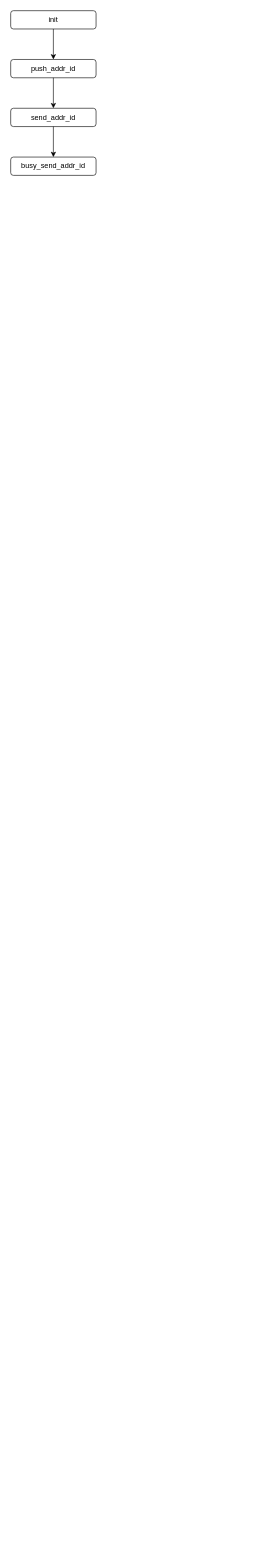
Earlier version of the draw.io diagram docs/diagrams_sources/adxl345_driver_fsm_diagram.drawio (vanill4Sky/fpga-racing-game). Source tidied: cells renumbered, new cells numbered last; positions are measured from the earlier drawing's top-left corner, leaving out a move shared by most shapes. Both pictures are drawn from the tidied source at 61%, with x=0, y=0 at pixel (10, 10).
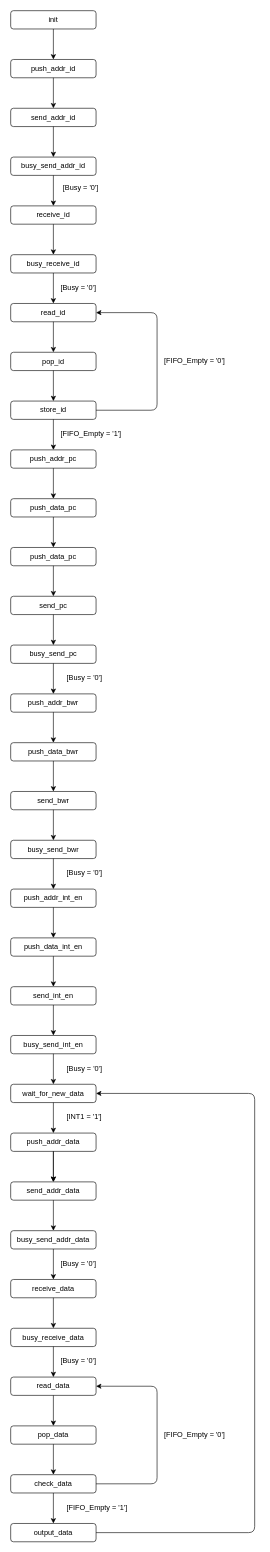
After the change.

Commit message (it also covers changes not shown here):
Add adxl345 driver fsm diagram

The change refers to these unchanged cells:
```xml
<mxCell id="7" value="busy_send_addr_id" style="rounded=1;whiteSpace=wrap;html=1;fontSize=12;glass=0;strokeWidth=1;shadow=0;" parent="1" vertex="1">
  <mxGeometry y="240" width="140" height="30" as="geometry" />
</mxCell>
```

Diff of the diagram source:
```diff
@@
+    <mxCell id="9" value="receive_id" style="rounded=1;whiteSpace=wrap;html=1;fontSize=12;glass=0;strokeWidth=1;shadow=0;" parent="1" vertex="1">
+      <mxGeometry y="320" width="140" height="30" as="geometry" />
+    </mxCell>
+    <mxCell id="10" style="endArrow=classic;html=1;exitX=0.5;exitY=1;exitDx=0;exitDy=0;entryX=0.5;entryY=0;entryDx=0;entryDy=0;" parent="1" edge="1" source="7" target="9">
+      <mxGeometry relative="1" as="geometry" />
+    </mxCell>
+    <mxCell id="11" value="[Busy = '0']" style="text;html=1;strokeColor=none;fillColor=none;align=center;verticalAlign=middle;whiteSpace=wrap;rounded=0;" parent="1" vertex="1">
+      <mxGeometry x="70" y="280" width="90" height="20" as="geometry" />
+    </mxCell>
+    <mxCell id="12" value="busy_receive_id" style="rounded=1;whiteSpace=wrap;html=1;fontSize=12;glass=0;strokeWidth=1;shadow=0;" parent="1" vertex="1">
+      <mxGeometry y="400" width="140" height="30" as="geometry" />
+    </mxCell>
+    <mxCell id="13" style="endArrow=classic;html=1;exitX=0.5;exitY=1;exitDx=0;exitDy=0;entryX=0.5;entryY=0;entryDx=0;entryDy=0;" parent="1" edge="1" source="9" target="12">
+      <mxGeometry relative="1" as="geometry" />
+    </mxCell>
+    <mxCell id="14" value="read_id" style="rounded=1;whiteSpace=wrap;html=1;fontSize=12;glass=0;strokeWidth=1;shadow=0;" parent="1" vertex="1">
+      <mxGeometry y="480" width="140" height="30" as="geometry" />
+    </mxCell>
+    <mxCell id="15" style="endArrow=classic;html=1;exitX=0.5;exitY=1;exitDx=0;exitDy=0;entryX=0.5;entryY=0;entryDx=0;entryDy=0;" parent="1" edge="1" source="12" target="14">
+      <mxGeometry relative="1" as="geometry" />
+    </mxCell>
+    <mxCell id="16" value="[Busy = '0']" style="text;whiteSpace=wrap;html=1;" parent="1" vertex="1">
+      <mxGeometry x="80" y="440" width="90" height="30" as="geometry" />
+    </mxCell>
+    <mxCell id="17" value="pop_id" style="rounded=1;whiteSpace=wrap;html=1;fontSize=12;glass=0;strokeWidth=1;shadow=0;" parent="1" vertex="1">
+      <mxGeometry y="560" width="140" height="30" as="geometry" />
+    </mxCell>
+    <mxCell id="18" style="endArrow=classic;html=1;exitX=0.5;exitY=1;exitDx=0;exitDy=0;entryX=0.5;entryY=0;entryDx=0;entryDy=0;" parent="1" edge="1" source="14" target="17">
+      <mxGeometry relative="1" as="geometry" />
+    </mxCell>
+    <mxCell id="19" value="store_id" style="rounded=1;whiteSpace=wrap;html=1;fontSize=12;glass=0;strokeWidth=1;shadow=0;" parent="1" vertex="1">
+      <mxGeometry y="640" width="140" height="30" as="geometry" />
+    </mxCell>
+    <mxCell id="20" style="endArrow=classic;html=1;exitX=0.5;exitY=1;exitDx=0;exitDy=0;entryX=0.5;entryY=0;entryDx=0;entryDy=0;" parent="1" edge="1" source="17" target="19">
+      <mxGeometry relative="1" as="geometry" />
+    </mxCell>
+    <mxCell id="21" value="push_addr_pc" style="rounded=1;whiteSpace=wrap;html=1;fontSize=12;glass=0;strokeWidth=1;shadow=0;" parent="1" vertex="1">
+      <mxGeometry y="720" width="140" height="30" as="geometry" />
+    </mxCell>
+    <mxCell id="22" style="endArrow=classic;html=1;exitX=0.5;exitY=1;exitDx=0;exitDy=0;entryX=0.5;entryY=0;entryDx=0;entryDy=0;" parent="1" edge="1" source="19" target="21">
+      <mxGeometry relative="1" as="geometry" />
+    </mxCell>
+    <mxCell id="23" value="[FIFO_Empty = '1']" style="text;whiteSpace=wrap;html=1;" parent="1" vertex="1">
+      <mxGeometry x="80" y="680" width="120" height="30" as="geometry" />
+    </mxCell>
+    <mxCell id="24" style="endArrow=classic;html=1;exitX=1;exitY=0.5;exitDx=0;exitDy=0;entryX=1;entryY=0.5;entryDx=0;entryDy=0;" parent="1" edge="1" source="19" target="14">
+      <mxGeometry relative="1" as="geometry">
+        <Array as="points">
+          <mxPoint x="240" y="655" />
+          <mxPoint x="240" y="495" />
+        </Array>
+      </mxGeometry>
+    </mxCell>
+    <mxCell id="25" value="[FIFO_Empty = '0']" style="text;whiteSpace=wrap;html=1;" parent="1" vertex="1">
+      <mxGeometry x="250" y="560" width="120" height="30" as="geometry" />
+    </mxCell>
+    <mxCell id="26" value="push_data_pc" style="rounded=1;whiteSpace=wrap;html=1;fontSize=12;glass=0;strokeWidth=1;shadow=0;" parent="1" vertex="1">
+      <mxGeometry y="800" width="140" height="30" as="geometry" />
+    </mxCell>
+    <mxCell id="27" style="endArrow=classic;html=1;exitX=0.5;exitY=1;exitDx=0;exitDy=0;entryX=0.5;entryY=0;entryDx=0;entryDy=0;" parent="1" edge="1" source="21" target="26">
+      <mxGeometry relative="1" as="geometry" />
+    </mxCell>
+    <mxCell id="28" value="push_data_pc" style="rounded=1;whiteSpace=wrap;html=1;fontSize=12;glass=0;strokeWidth=1;shadow=0;" parent="1" vertex="1">
+      <mxGeometry y="880" width="140" height="30" as="geometry" />
+    </mxCell>
+    <mxCell id="29" style="endArrow=classic;html=1;exitX=0.5;exitY=1;exitDx=0;exitDy=0;entryX=0.5;entryY=0;entryDx=0;entryDy=0;" parent="1" edge="1" source="26" target="28">
+      <mxGeometry relative="1" as="geometry" />
+    </mxCell>
+    <mxCell id="30" value="send_pc" style="rounded=1;whiteSpace=wrap;html=1;fontSize=12;glass=0;strokeWidth=1;shadow=0;" parent="1" vertex="1">
+      <mxGeometry y="960" width="140" height="30" as="geometry" />
+    </mxCell>
+    <mxCell id="31" value="busy_send_pc" style="rounded=1;whiteSpace=wrap;html=1;fontSize=12;glass=0;strokeWidth=1;shadow=0;" parent="1" vertex="1">
+      <mxGeometry y="1040" width="140" height="30" as="geometry" />
+    </mxCell>
+    <mxCell id="32" style="endArrow=classic;html=1;exitX=0.5;exitY=1;exitDx=0;exitDy=0;entryX=0.5;entryY=0;entryDx=0;entryDy=0;" parent="1" edge="1" source="28" target="30">
+      <mxGeometry relative="1" as="geometry" />
+    </mxCell>
+    <mxCell id="33" style="endArrow=classic;html=1;exitX=0.5;exitY=1;exitDx=0;exitDy=0;entryX=0.5;entryY=0;entryDx=0;entryDy=0;" parent="1" edge="1" source="30" target="31">
+      <mxGeometry relative="1" as="geometry" />
+    </mxCell>
+    <mxCell id="34" value="[Busy = '0']" style="text;whiteSpace=wrap;html=1;" parent="1" vertex="1">
+      <mxGeometry x="90" y="1080" width="120" height="30" as="geometry" />
+    </mxCell>
+    <mxCell id="35" value="push_addr_bwr" style="rounded=1;whiteSpace=wrap;html=1;fontSize=12;glass=0;strokeWidth=1;shadow=0;" parent="1" vertex="1">
+      <mxGeometry y="1120" width="140" height="30" as="geometry" />
+    </mxCell>
+    <mxCell id="36" style="endArrow=classic;html=1;exitX=0.5;exitY=1;exitDx=0;exitDy=0;entryX=0.5;entryY=0;entryDx=0;entryDy=0;" parent="1" edge="1" source="31" target="35">
+      <mxGeometry relative="1" as="geometry" />
+    </mxCell>
+    <mxCell id="37" value="push_data_bwr" style="rounded=1;whiteSpace=wrap;html=1;fontSize=12;glass=0;strokeWidth=1;shadow=0;" parent="1" vertex="1">
+      <mxGeometry y="1200" width="140" height="30" as="geometry" />
+    </mxCell>
+    <mxCell id="38" style="endArrow=classic;html=1;entryX=0.5;entryY=0;entryDx=0;entryDy=0;exitX=0.5;exitY=1;exitDx=0;exitDy=0;" parent="1" edge="1" source="35" target="37">
+      <mxGeometry relative="1" as="geometry" />
+    </mxCell>
+    <mxCell id="39" value="send_bwr" style="rounded=1;whiteSpace=wrap;html=1;fontSize=12;glass=0;strokeWidth=1;shadow=0;" parent="1" vertex="1">
+      <mxGeometry y="1280" width="140" height="30" as="geometry" />
+    </mxCell>
+    <mxCell id="40" value="busy_send_bwr" style="rounded=1;whiteSpace=wrap;html=1;fontSize=12;glass=0;strokeWidth=1;shadow=0;" parent="1" vertex="1">
+      <mxGeometry y="1360" width="140" height="30" as="geometry" />
+    </mxCell>
+    <mxCell id="41" style="endArrow=classic;html=1;exitX=0.5;exitY=1;exitDx=0;exitDy=0;entryX=0.5;entryY=0;entryDx=0;entryDy=0;" parent="1" edge="1" source="37" target="39">
+      <mxGeometry relative="1" as="geometry" />
+    </mxCell>
+    <mxCell id="42" style="endArrow=classic;html=1;exitX=0.5;exitY=1;exitDx=0;exitDy=0;entryX=0.5;entryY=0;entryDx=0;entryDy=0;" parent="1" edge="1" source="39" target="40">
+      <mxGeometry relative="1" as="geometry" />
+    </mxCell>
+    <mxCell id="43" value="[Busy = '0']" style="text;whiteSpace=wrap;html=1;" parent="1" vertex="1">
+      <mxGeometry x="90" y="1400" width="120" height="30" as="geometry" />
+    </mxCell>
+    <mxCell id="44" value="push_addr_int_en" style="rounded=1;whiteSpace=wrap;html=1;fontSize=12;glass=0;strokeWidth=1;shadow=0;" parent="1" vertex="1">
+      <mxGeometry y="1440" width="140" height="30" as="geometry" />
+    </mxCell>
+    <mxCell id="45" style="endArrow=classic;html=1;exitX=0.5;exitY=1;exitDx=0;exitDy=0;entryX=0.5;entryY=0;entryDx=0;entryDy=0;" parent="1" edge="1" source="40" target="44">
+      <mxGeometry relative="1" as="geometry" />
+    </mxCell>
+    <mxCell id="46" value="push_data_int_en" style="rounded=1;whiteSpace=wrap;html=1;fontSize=12;glass=0;strokeWidth=1;shadow=0;" parent="1" vertex="1">
+      <mxGeometry y="1520" width="140" height="30" as="geometry" />
+    </mxCell>
+    <mxCell id="47" style="endArrow=classic;html=1;entryX=0.5;entryY=0;entryDx=0;entryDy=0;exitX=0.5;exitY=1;exitDx=0;exitDy=0;" parent="1" edge="1" source="44" target="46">
+      <mxGeometry relative="1" as="geometry" />
+    </mxCell>
+    <mxCell id="48" value="send_int_en" style="rounded=1;whiteSpace=wrap;html=1;fontSize=12;glass=0;strokeWidth=1;shadow=0;" parent="1" vertex="1">
+      <mxGeometry y="1600" width="140" height="30" as="geometry" />
+    </mxCell>
+    <mxCell id="49" value="busy_send_int_en" style="rounded=1;whiteSpace=wrap;html=1;fontSize=12;glass=0;strokeWidth=1;shadow=0;" parent="1" vertex="1">
+      <mxGeometry y="1680" width="140" height="30" as="geometry" />
+    </mxCell>
+    <mxCell id="50" style="endArrow=classic;html=1;exitX=0.5;exitY=1;exitDx=0;exitDy=0;entryX=0.5;entryY=0;entryDx=0;entryDy=0;" parent="1" edge="1" source="46" target="48">
+      <mxGeometry relative="1" as="geometry" />
+    </mxCell>
+    <mxCell id="51" style="endArrow=classic;html=1;exitX=0.5;exitY=1;exitDx=0;exitDy=0;entryX=0.5;entryY=0;entryDx=0;entryDy=0;" parent="1" edge="1" source="48" target="49">
+      <mxGeometry relative="1" as="geometry" />
+    </mxCell>
+    <mxCell id="52" value="[Busy = '0']" style="text;whiteSpace=wrap;html=1;" parent="1" vertex="1">
+      <mxGeometry x="90" y="1720" width="120" height="30" as="geometry" />
+    </mxCell>
+    <mxCell id="53" value="wait_for_new_data" style="rounded=1;whiteSpace=wrap;html=1;fontSize=12;glass=0;strokeWidth=1;shadow=0;" parent="1" vertex="1">
+      <mxGeometry y="1760" width="140" height="30" as="geometry" />
+    </mxCell>
+    <mxCell id="54" style="endArrow=classic;html=1;exitX=0.5;exitY=1;exitDx=0;exitDy=0;entryX=0.5;entryY=0;entryDx=0;entryDy=0;" parent="1" edge="1" source="49" target="53">
+      <mxGeometry relative="1" as="geometry" />
+    </mxCell>
+    <mxCell id="55" value="push_addr_data" style="rounded=1;whiteSpace=wrap;html=1;fontSize=12;glass=0;strokeWidth=1;shadow=0;" parent="1" vertex="1">
+      <mxGeometry y="1840" width="140" height="30" as="geometry" />
+    </mxCell>
+    <mxCell id="56" style="endArrow=classic;html=1;exitX=0.5;exitY=1;exitDx=0;exitDy=0;entryX=0.5;entryY=0;entryDx=0;entryDy=0;" parent="1" edge="1" source="53" target="55">
+      <mxGeometry relative="1" as="geometry" />
+    </mxCell>
+    <mxCell id="57" value="[INT1 = '1']" style="text;whiteSpace=wrap;html=1;" parent="1" vertex="1">
+      <mxGeometry x="90" y="1800" width="120" height="30" as="geometry" />
+    </mxCell>
+    <mxCell id="58" value="send_addr_data" style="rounded=1;whiteSpace=wrap;html=1;fontSize=12;glass=0;strokeWidth=1;shadow=0;" parent="1" vertex="1">
+      <mxGeometry y="1920" width="140" height="30" as="geometry" />
+    </mxCell>
+    <mxCell id="59" style="endArrow=classic;html=1;exitX=0.5;exitY=1;exitDx=0;exitDy=0;entryX=0.5;entryY=0;entryDx=0;entryDy=0;" parent="1" edge="1" source="55" target="58">
+      <mxGeometry relative="1" as="geometry" />
+    </mxCell>
+    <mxCell id="60" value="busy_send_addr_data" style="rounded=1;whiteSpace=wrap;html=1;fontSize=12;glass=0;strokeWidth=1;shadow=0;" parent="1" vertex="1">
+      <mxGeometry y="2000" width="140" height="30" as="geometry" />
+    </mxCell>
+    <mxCell id="61" style="endArrow=classic;html=1;exitX=0.5;exitY=1;exitDx=0;exitDy=0;entryX=0.5;entryY=0;entryDx=0;entryDy=0;" parent="1" edge="1">
+      <mxGeometry relative="1" as="geometry">
+        <mxPoint x="70" y="1870" as="sourcePoint" />
+        <mxPoint x="70" y="1920" as="targetPoint" />
+      </mxGeometry>
+    </mxCell>
+    <mxCell id="62" style="endArrow=classic;html=1;exitX=0.5;exitY=1;exitDx=0;exitDy=0;entryX=0.5;entryY=0;entryDx=0;entryDy=0;" parent="1" edge="1" source="58" target="60">
+      <mxGeometry relative="1" as="geometry" />
+    </mxCell>
+    <mxCell id="63" value="receive_data" style="rounded=1;whiteSpace=wrap;html=1;fontSize=12;glass=0;strokeWidth=1;shadow=0;" parent="1" vertex="1">
+      <mxGeometry y="2080" width="140" height="30" as="geometry" />
+    </mxCell>
+    <mxCell id="64" style="endArrow=classic;html=1;exitX=0.5;exitY=1;exitDx=0;exitDy=0;entryX=0.5;entryY=0;entryDx=0;entryDy=0;" parent="1" edge="1" source="60" target="63">
+      <mxGeometry relative="1" as="geometry" />
+    </mxCell>
+    <mxCell id="65" value="[Busy = '0']" style="text;whiteSpace=wrap;html=1;" parent="1" vertex="1">
+      <mxGeometry x="80" y="2040" width="120" height="30" as="geometry" />
+    </mxCell>
+    <mxCell id="66" value="busy_receive_data" style="rounded=1;whiteSpace=wrap;html=1;fontSize=12;glass=0;strokeWidth=1;shadow=0;" parent="1" vertex="1">
+      <mxGeometry y="2160" width="140" height="30" as="geometry" />
+    </mxCell>
+    <mxCell id="67" style="endArrow=classic;html=1;exitX=0.5;exitY=1;exitDx=0;exitDy=0;entryX=0.5;entryY=0;entryDx=0;entryDy=0;" parent="1" edge="1" source="63" target="66">
+      <mxGeometry relative="1" as="geometry" />
+    </mxCell>
+    <mxCell id="68" value="read_data" style="rounded=1;whiteSpace=wrap;html=1;fontSize=12;glass=0;strokeWidth=1;shadow=0;" parent="1" vertex="1">
+      <mxGeometry y="2240" width="140" height="30" as="geometry" />
+    </mxCell>
+    <mxCell id="69" style="endArrow=classic;html=1;exitX=0.5;exitY=1;exitDx=0;exitDy=0;entryX=0.5;entryY=0;entryDx=0;entryDy=0;" parent="1" edge="1" source="66" target="68">
+      <mxGeometry relative="1" as="geometry" />
+    </mxCell>
+    <mxCell id="70" value="[Busy = '0']" style="text;whiteSpace=wrap;html=1;" parent="1" vertex="1">
+      <mxGeometry x="80" y="2200" width="120" height="30" as="geometry" />
+    </mxCell>
+    <mxCell id="71" value="pop_data" style="rounded=1;whiteSpace=wrap;html=1;fontSize=12;glass=0;strokeWidth=1;shadow=0;" parent="1" vertex="1">
+      <mxGeometry y="2320" width="140" height="30" as="geometry" />
+    </mxCell>
+    <mxCell id="72" style="endArrow=classic;html=1;exitX=0.5;exitY=1;exitDx=0;exitDy=0;entryX=0.5;entryY=0;entryDx=0;entryDy=0;" parent="1" edge="1" source="68" target="71">
+      <mxGeometry relative="1" as="geometry" />
+    </mxCell>
+    <mxCell id="73" value="check_data" style="rounded=1;whiteSpace=wrap;html=1;fontSize=12;glass=0;strokeWidth=1;shadow=0;" parent="1" vertex="1">
+      <mxGeometry y="2400" width="140" height="30" as="geometry" />
+    </mxCell>
+    <mxCell id="74" style="endArrow=classic;html=1;exitX=0.5;exitY=1;exitDx=0;exitDy=0;entryX=0.5;entryY=0;entryDx=0;entryDy=0;" parent="1" edge="1" source="71" target="73">
+      <mxGeometry relative="1" as="geometry" />
+    </mxCell>
+    <mxCell id="75" value="output_data" style="rounded=1;whiteSpace=wrap;html=1;fontSize=12;glass=0;strokeWidth=1;shadow=0;" parent="1" vertex="1">
+      <mxGeometry y="2480" width="140" height="30" as="geometry" />
+    </mxCell>
+    <mxCell id="76" style="endArrow=classic;html=1;exitX=0.5;exitY=1;exitDx=0;exitDy=0;entryX=0.5;entryY=0;entryDx=0;entryDy=0;" parent="1" edge="1" source="73" target="75">
+      <mxGeometry relative="1" as="geometry" />
+    </mxCell>
+    <mxCell id="77" value="[FIFO_Empty = '1']" style="text;whiteSpace=wrap;html=1;" parent="1" vertex="1">
+      <mxGeometry x="90" y="2440" width="120" height="30" as="geometry" />
+    </mxCell>
+    <mxCell id="78" style="endArrow=classic;html=1;exitX=1;exitY=0.5;exitDx=0;exitDy=0;entryX=1;entryY=0.5;entryDx=0;entryDy=0;" parent="1" edge="1" source="73" target="68">
+      <mxGeometry relative="1" as="geometry">
+        <Array as="points">
+          <mxPoint x="240" y="2415" />
+          <mxPoint x="240" y="2255" />
+        </Array>
+      </mxGeometry>
+    </mxCell>
+    <mxCell id="79" value="[FIFO_Empty = '0']" style="text;whiteSpace=wrap;html=1;" parent="1" vertex="1">
+      <mxGeometry x="250" y="2320" width="120" height="30" as="geometry" />
+    </mxCell>
+    <mxCell id="80" style="endArrow=classic;html=1;exitX=1;exitY=0.5;exitDx=0;exitDy=0;entryX=1;entryY=0.5;entryDx=0;entryDy=0;" parent="1" edge="1" source="75" target="53">
+      <mxGeometry relative="1" as="geometry">
+        <Array as="points">
+          <mxPoint x="400" y="2495" />
+          <mxPoint x="400" y="1775" />
+        </Array>
+      </mxGeometry>
+    </mxCell>
```
